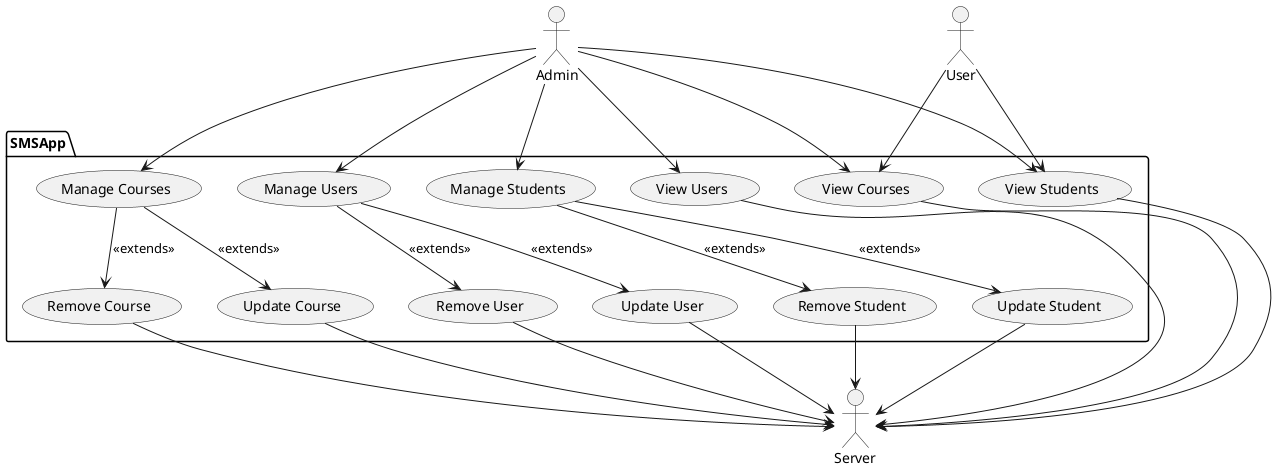
Above: Diagrams/Usecases/usecases.png in WCSU-CS350-F24-Group-1/project-info (PlantUML), before the change.
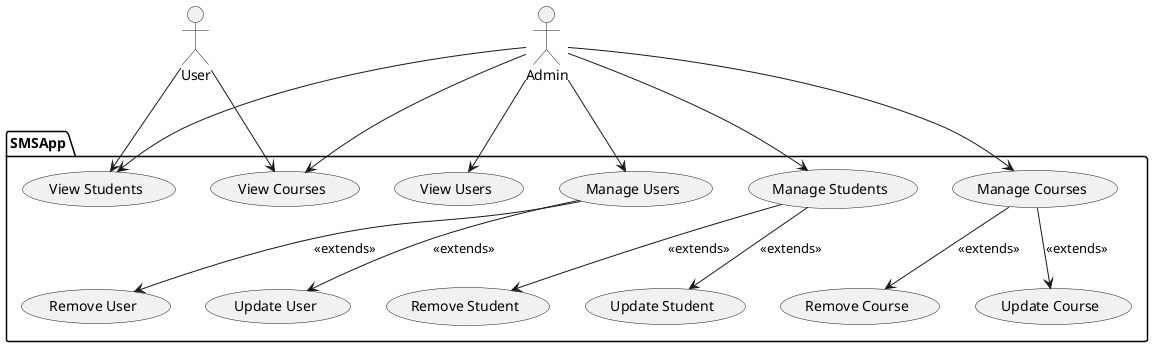
The same diagram one commit later.

Commit message:
Removed Server as an actor

Diff of the diagram source:
```diff
@@ -33,14 +33,4 @@
 ManageUser --> RemoveUser : <<extends>>
 ManageUser --> UpdateUser : <<extends>>
 
-GetStudents --> Server
-GetCourses --> Server
-GetUsers --> Server
-UpdateStudent --> Server
-UpdateCourse --> Server
-UpdateUser --> Server
-RemoveStudent --> Server
-RemoveCourse --> Server
-RemoveUser --> Server
-
 @enduml
```
